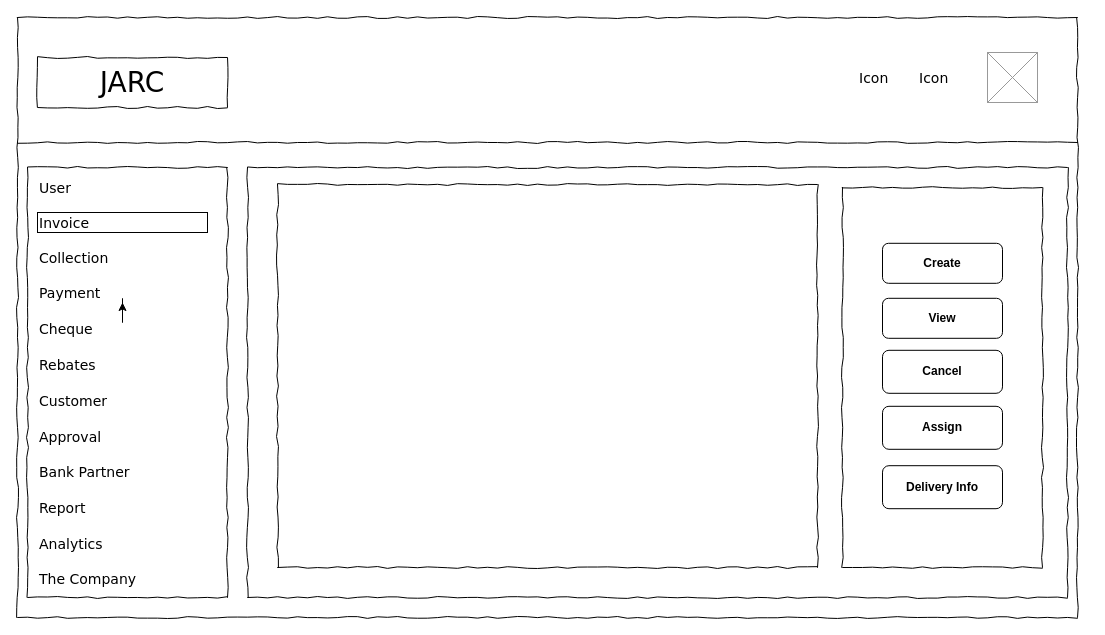
Earlier version of the draw.io diagram src/Untitled Diagram.drawio (talljohnthin/currency). Source tidied: cells renumbered, new cells numbered last; positions are measured from the earlier drawing's top-left corner, leaving out a move shared by most shapes. Both pictures are drawn from the tidied source at 100%, with x=0, y=0 at pixel (17, 17).
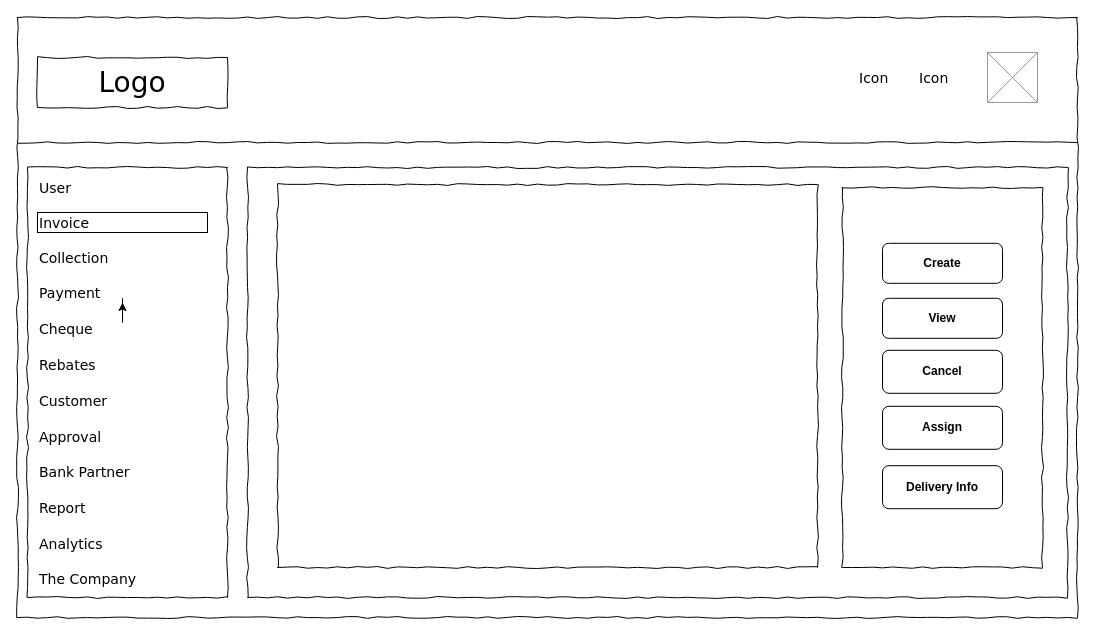
After the change.

Diff of the diagram source:
```diff
@@
-    <mxCell id="3" value="JARC" style="whiteSpace=wrap;html=1;rounded=0;shadow=0;labelBackgroundColor=none;strokeWidth=1;fontFamily=Verdana;fontSize=28;align=center;comic=1;" parent="1" vertex="1">
+    <mxCell id="3" value="Logo" style="whiteSpace=wrap;html=1;rounded=0;shadow=0;labelBackgroundColor=none;strokeWidth=1;fontFamily=Verdana;fontSize=28;align=center;comic=1;" parent="1" vertex="1">
       <mxGeometry x="20" y="40" width="190" height="50" as="geometry" />
     </mxCell>
```
